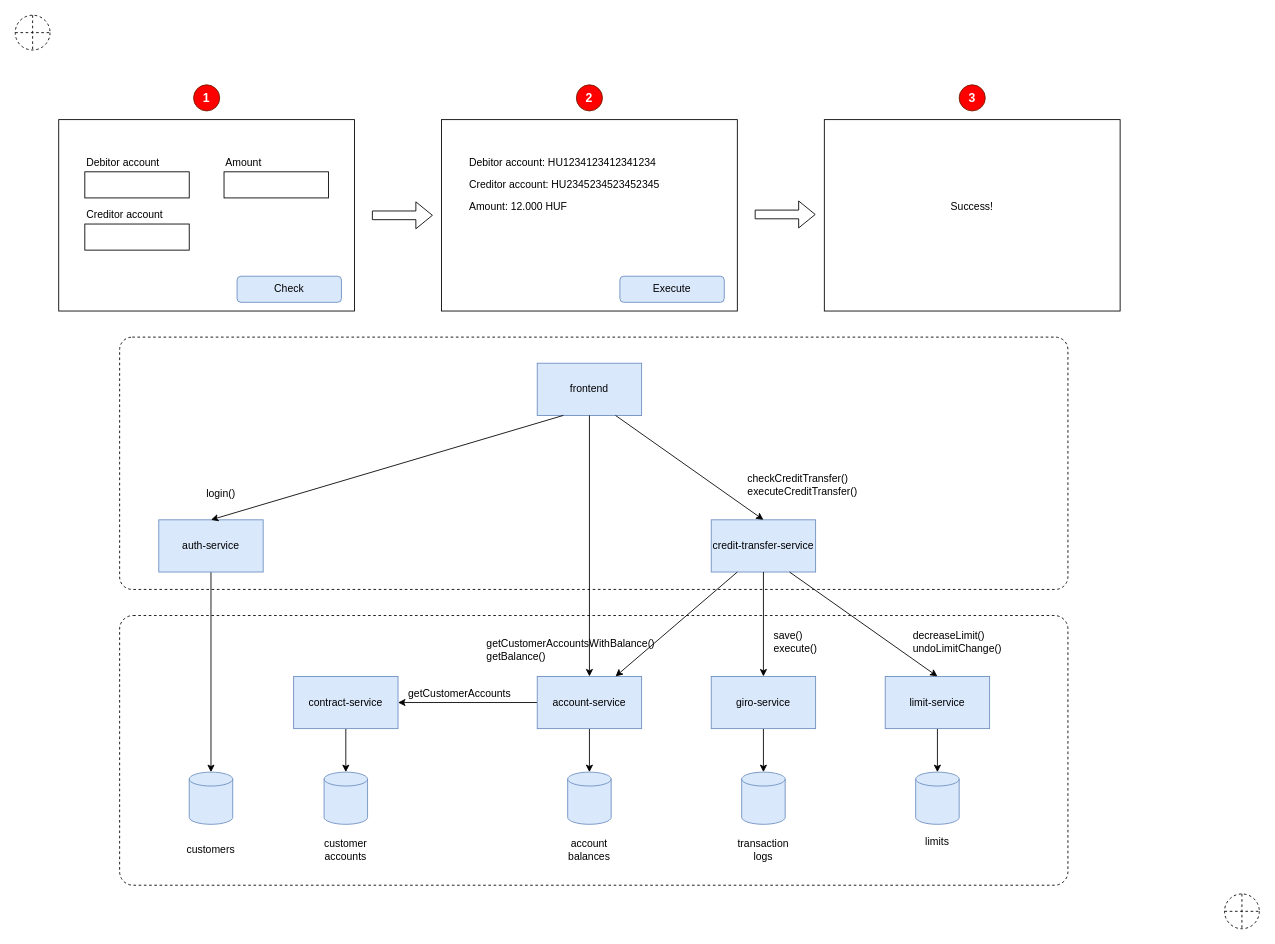
Earlier version of the draw.io diagram docs/microorchestrator.drawio (nagypet/microorchestrator). Source tidied: cells renumbered, new cells numbered last; positions are measured from the earlier drawing's top-left corner, leaving out a move shared by most shapes. Both pictures are drawn from the tidied source at 87%, with x=0, y=0 at pixel (15, 15).
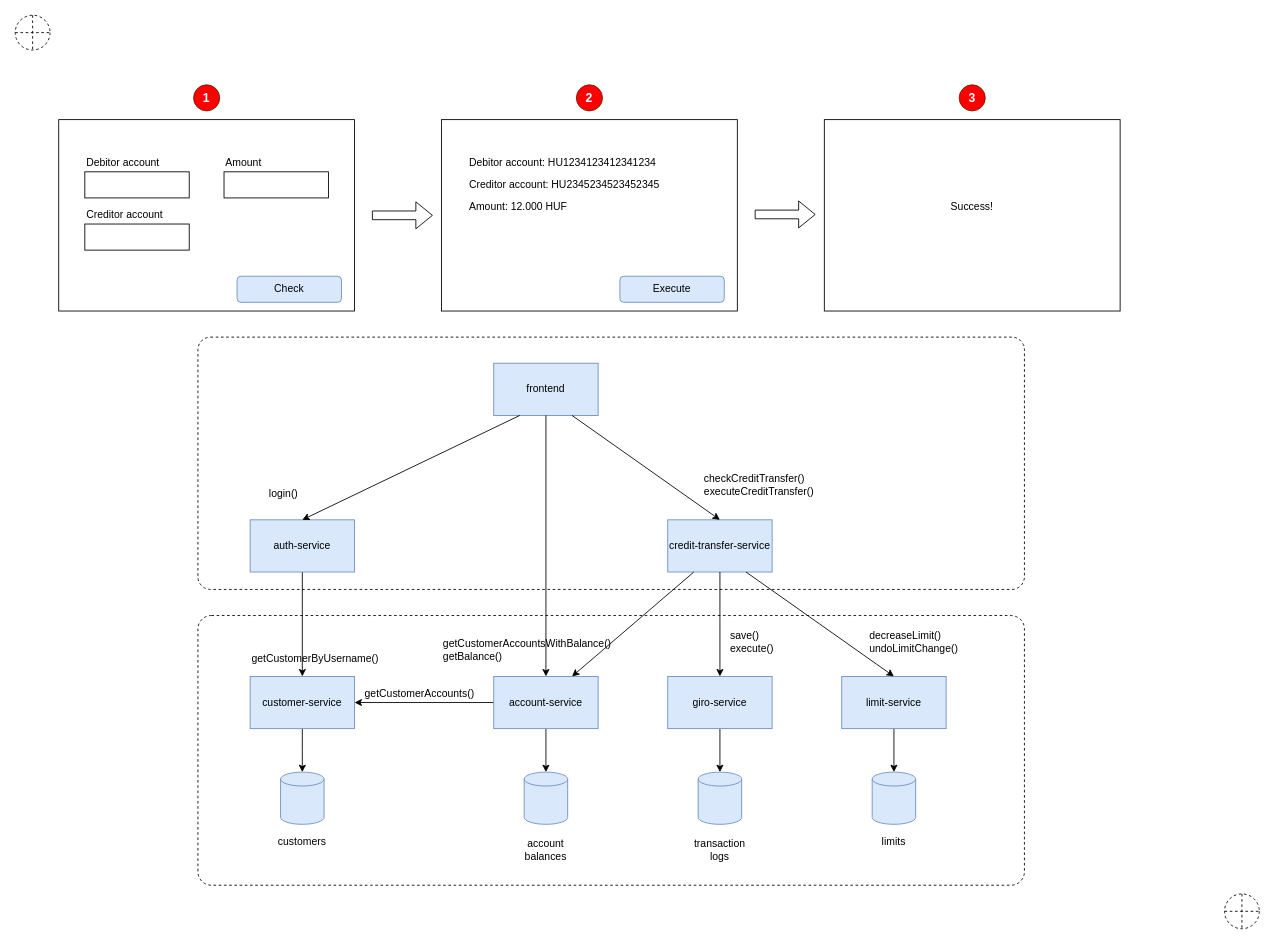
The same page after the edit.

What changed in the source:
```diff
@@
     <mxCell id="2" style="rounded=1;whiteSpace=wrap;html=1;fontSize=14;align=center;fillColor=none;arcSize=5;dashed=1;" parent="1" vertex="1">
-      <mxGeometry x="120" y="370" width="1090" height="290" as="geometry" />
+      <mxGeometry x="210" y="370" width="950" height="290" as="geometry" />
     </mxCell>
     <mxCell id="3" style="rounded=1;whiteSpace=wrap;html=1;fontSize=14;align=center;fillColor=none;arcSize=5;dashed=1;" parent="1" vertex="1">
-      <mxGeometry x="120" y="690" width="1090" height="310" as="geometry" />
+      <mxGeometry x="210" y="690" width="950" height="310" as="geometry" />
     </mxCell>
@@
     <mxCell id="6" value="account-service" style="rounded=0;whiteSpace=wrap;html=1;fillColor=#dae8fc;strokeColor=#6c8ebf;" parent="1" vertex="1">
-      <mxGeometry x="600" y="760" width="120" height="60" as="geometry" />
+      <mxGeometry x="550" y="760" width="120" height="60" as="geometry" />
     </mxCell>
@@
     <mxCell id="8" value="giro-service" style="rounded=0;whiteSpace=wrap;html=1;fillColor=#dae8fc;strokeColor=#6c8ebf;" parent="1" vertex="1">
-      <mxGeometry x="800" y="760" width="120" height="60" as="geometry" />
+      <mxGeometry x="750" y="760" width="120" height="60" as="geometry" />
     </mxCell>
     <mxCell id="9" style="shape=cylinder3;whiteSpace=wrap;html=1;boundedLbl=1;backgroundOutline=1;size=8;fillColor=#dae8fc;strokeColor=#6c8ebf;" parent="1" vertex="1">
-      <mxGeometry x="635" y="870" width="50" height="60" as="geometry" />
+      <mxGeometry x="585" y="870" width="50" height="60" as="geometry" />
     </mxCell>
     <mxCell id="10" style="shape=cylinder3;whiteSpace=wrap;html=1;boundedLbl=1;backgroundOutline=1;size=8;fillColor=#dae8fc;strokeColor=#6c8ebf;" parent="1" vertex="1">
-      <mxGeometry x="835" y="870" width="50" height="60" as="geometry" />
+      <mxGeometry x="785" y="870" width="50" height="60" as="geometry" />
     </mxCell>
-    <mxCell id="11" style="edgeStyle=orthogonalEdgeStyle;rounded=0;jettySize=auto;html=1;exitX=0.5;exitY=1;exitDx=0;exitDy=0;" parent="1" edge="1" source="12" target="13">
-      <mxGeometry relative="1" as="geometry" />
+    <mxCell id="11" style="edgeStyle=orthogonalEdgeStyle;rounded=0;jettySize=auto;html=1;exitX=0.5;exitY=1;exitDx=0;exitDy=0;" parent="1" edge="1" source="12">
+      <mxGeometry relative="1" as="geometry">
+        <mxPoint x="330" y="870" as="targetPoint" />
+      </mxGeometry>
     </mxCell>
-    <mxCell id="12" value="contract-service" style="rounded=0;whiteSpace=wrap;html=1;fillColor=#dae8fc;strokeColor=#6c8ebf;" parent="1" vertex="1">
-      <mxGeometry x="320" y="760" width="120" height="60" as="geometry" />
+    <mxCell id="12" value="customer-service" style="rounded=0;whiteSpace=wrap;html=1;fillColor=#dae8fc;strokeColor=#6c8ebf;" parent="1" vertex="1">
+      <mxGeometry x="270" y="760" width="120" height="60" as="geometry" />
     </mxCell>
-    <mxCell id="13" style="shape=cylinder3;whiteSpace=wrap;html=1;boundedLbl=1;backgroundOutline=1;size=8;fillColor=#dae8fc;strokeColor=#6c8ebf;" parent="1" vertex="1">
-      <mxGeometry x="355" y="870" width="50" height="60" as="geometry" />
-    </mxCell>
     <mxCell id="14" value="credit-transfer-service" style="rounded=0;whiteSpace=wrap;html=1;fillColor=#dae8fc;strokeColor=#6c8ebf;" parent="1" vertex="1">
-      <mxGeometry x="800" y="580" width="120" height="60" as="geometry" />
+      <mxGeometry x="750" y="580" width="120" height="60" as="geometry" />
     </mxCell>
     <mxCell id="15" value="frontend" style="rounded=0;whiteSpace=wrap;html=1;fillColor=#dae8fc;strokeColor=#6c8ebf;" parent="1" vertex="1">
-      <mxGeometry x="600" y="400" width="120" height="60" as="geometry" />
+      <mxGeometry x="550" y="400" width="120" height="60" as="geometry" />
     </mxCell>
@@
     <mxCell id="17" value="getCustomerAccountsWithBalance()&lt;br&gt;getBalance()" style="text;html=1;strokeColor=none;fillColor=none;align=left;verticalAlign=middle;whiteSpace=wrap;rounded=0;" parent="1" vertex="1">
-      <mxGeometry x="540" y="710" width="220" height="40" as="geometry" />
+      <mxGeometry x="490" y="710" width="220" height="40" as="geometry" />
     </mxCell>
     <mxCell id="18" value="account balances" style="text;html=1;strokeColor=none;fillColor=none;align=center;verticalAlign=middle;whiteSpace=wrap;rounded=0;" parent="1" vertex="1">
-      <mxGeometry x="620" y="950" width="80" height="20" as="geometry" />
+      <mxGeometry x="570" y="950" width="80" height="20" as="geometry" />
     </mxCell>
-    <mxCell id="19" value="customer accounts" style="text;html=1;strokeColor=none;fillColor=none;align=center;verticalAlign=middle;whiteSpace=wrap;rounded=0;" parent="1" vertex="1">
-      <mxGeometry x="340" y="950" width="80" height="20" as="geometry" />
-    </mxCell>
     <mxCell id="20" value="transaction logs" style="text;html=1;strokeColor=none;fillColor=none;align=center;verticalAlign=middle;whiteSpace=wrap;rounded=0;" parent="1" vertex="1">
-      <mxGeometry x="820" y="950" width="80" height="20" as="geometry" />
+      <mxGeometry x="770" y="950" width="80" height="20" as="geometry" />
     </mxCell>
-    <mxCell id="21" value="getCustomerAccounts" style="text;html=1;strokeColor=none;fillColor=none;align=left;verticalAlign=middle;whiteSpace=wrap;rounded=0;" parent="1" vertex="1">
-      <mxGeometry x="450" y="770" width="140" height="20" as="geometry" />
+    <mxCell id="21" value="getCustomerAccounts()" style="text;html=1;strokeColor=none;fillColor=none;align=left;verticalAlign=middle;whiteSpace=wrap;rounded=0;" parent="1" vertex="1">
+      <mxGeometry x="400" y="770" width="140" height="20" as="geometry" />
     </mxCell>
@@
     <mxCell id="23" value="checkCreditTransfer()&lt;br&gt;executeCreditTransfer()" style="text;html=1;strokeColor=none;fillColor=none;align=left;verticalAlign=middle;whiteSpace=wrap;rounded=0;" parent="1" vertex="1">
-      <mxGeometry x="840" y="520" width="160" height="40" as="geometry" />
+      <mxGeometry x="790" y="520" width="160" height="40" as="geometry" />
     </mxCell>
     <mxCell id="24" style="shape=cylinder3;whiteSpace=wrap;html=1;boundedLbl=1;backgroundOutline=1;size=8;fillColor=#dae8fc;strokeColor=#6c8ebf;" parent="1" vertex="1">
-      <mxGeometry x="1035" y="870" width="50" height="60" as="geometry" />
+      <mxGeometry x="985" y="870" width="50" height="60" as="geometry" />
     </mxCell>
     <mxCell id="25" value="limits" style="text;html=1;strokeColor=none;fillColor=none;align=center;verticalAlign=middle;whiteSpace=wrap;rounded=0;" parent="1" vertex="1">
-      <mxGeometry x="1020" y="940" width="80" height="20" as="geometry" />
+      <mxGeometry x="970" y="940" width="80" height="20" as="geometry" />
     </mxCell>
@@
     <mxCell id="27" value="limit-service" style="rounded=0;whiteSpace=wrap;html=1;fillColor=#dae8fc;strokeColor=#6c8ebf;" parent="1" vertex="1">
-      <mxGeometry x="1000" y="760" width="120" height="60" as="geometry" />
+      <mxGeometry x="950" y="760" width="120" height="60" as="geometry" />
     </mxCell>
@@
     <mxCell id="30" value="save()&lt;br&gt;execute()" style="text;html=1;strokeColor=none;fillColor=none;align=left;verticalAlign=middle;whiteSpace=wrap;rounded=0;" parent="1" vertex="1">
-      <mxGeometry x="870" y="700" width="70" height="40" as="geometry" />
+      <mxGeometry x="820" y="700" width="70" height="40" as="geometry" />
     </mxCell>
@@
     <mxCell id="32" value="decreaseLimit()&lt;br&gt;undoLimitChange()" style="text;html=1;strokeColor=none;fillColor=none;align=left;verticalAlign=middle;whiteSpace=wrap;rounded=0;" parent="1" vertex="1">
-      <mxGeometry x="1030" y="700" width="120" height="40" as="geometry" />
+      <mxGeometry x="980" y="700" width="120" height="40" as="geometry" />
     </mxCell>
@@
-    <mxCell id="53" style="edgeStyle=orthogonalEdgeStyle;rounded=0;jettySize=auto;html=1;fontSize=14;" parent="1" edge="1" source="54" target="57">
+    <mxCell id="53" style="rounded=1;jettySize=auto;html=1;fontSize=14;" parent="1" edge="1" source="54" target="12">
       <mxGeometry relative="1" as="geometry" />
     </mxCell>
     <mxCell id="54" value="auth-service" style="rounded=0;whiteSpace=wrap;html=1;fillColor=#dae8fc;strokeColor=#6c8ebf;" parent="1" vertex="1">
-      <mxGeometry x="165" y="580" width="120" height="60" as="geometry" />
+      <mxGeometry x="270" y="580" width="120" height="60" as="geometry" />
     </mxCell>
@@
     <mxCell id="56" value="login()" style="text;html=1;strokeColor=none;fillColor=none;align=left;verticalAlign=middle;whiteSpace=wrap;rounded=0;" parent="1" vertex="1">
-      <mxGeometry x="217.5" y="530" width="65" height="40" as="geometry" />
+      <mxGeometry x="290" y="530" width="65" height="40" as="geometry" />
     </mxCell>
-    <mxCell id="57" style="shape=cylinder3;whiteSpace=wrap;html=1;boundedLbl=1;backgroundOutline=1;size=8;fillColor=#dae8fc;strokeColor=#6c8ebf;" parent="1" vertex="1">
-      <mxGeometry x="200" y="870" width="50" height="60" as="geometry" />
-    </mxCell>
     <mxCell id="58" value="customers" style="text;html=1;strokeColor=none;fillColor=none;align=center;verticalAlign=middle;whiteSpace=wrap;rounded=0;" parent="1" vertex="1">
-      <mxGeometry x="185" y="950" width="80" height="20" as="geometry" />
+      <mxGeometry x="290" y="940" width="80" height="20" as="geometry" />
     </mxCell>
@@
+    <mxCell id="61" style="shape=cylinder3;whiteSpace=wrap;html=1;boundedLbl=1;backgroundOutline=1;size=8;fillColor=#dae8fc;strokeColor=#6c8ebf;" parent="1" vertex="1">
+      <mxGeometry x="305" y="870" width="50" height="60" as="geometry" />
+    </mxCell>
+    <mxCell id="62" value="getCustomerByUsername()" style="text;html=1;strokeColor=none;fillColor=none;align=left;verticalAlign=middle;whiteSpace=wrap;rounded=0;" parent="1" vertex="1">
+      <mxGeometry x="270" y="730" width="160" height="20" as="geometry" />
+    </mxCell>
```
